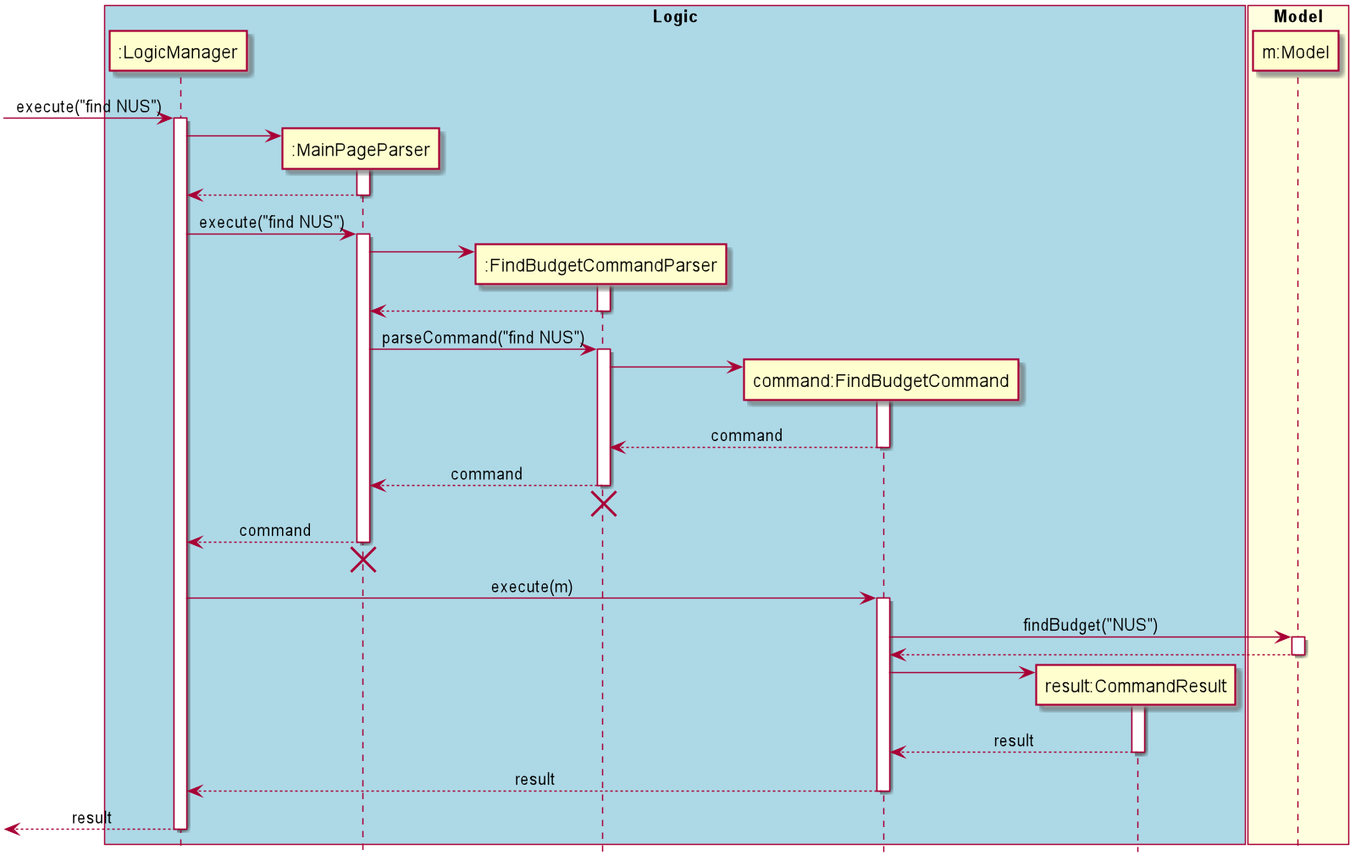
yu-ming-chen/tp keeps this PlantUML diagram as docs/diagrams/commandsPlantUML/diagram/FindBudgetCommand.png. Above is the earlier version.
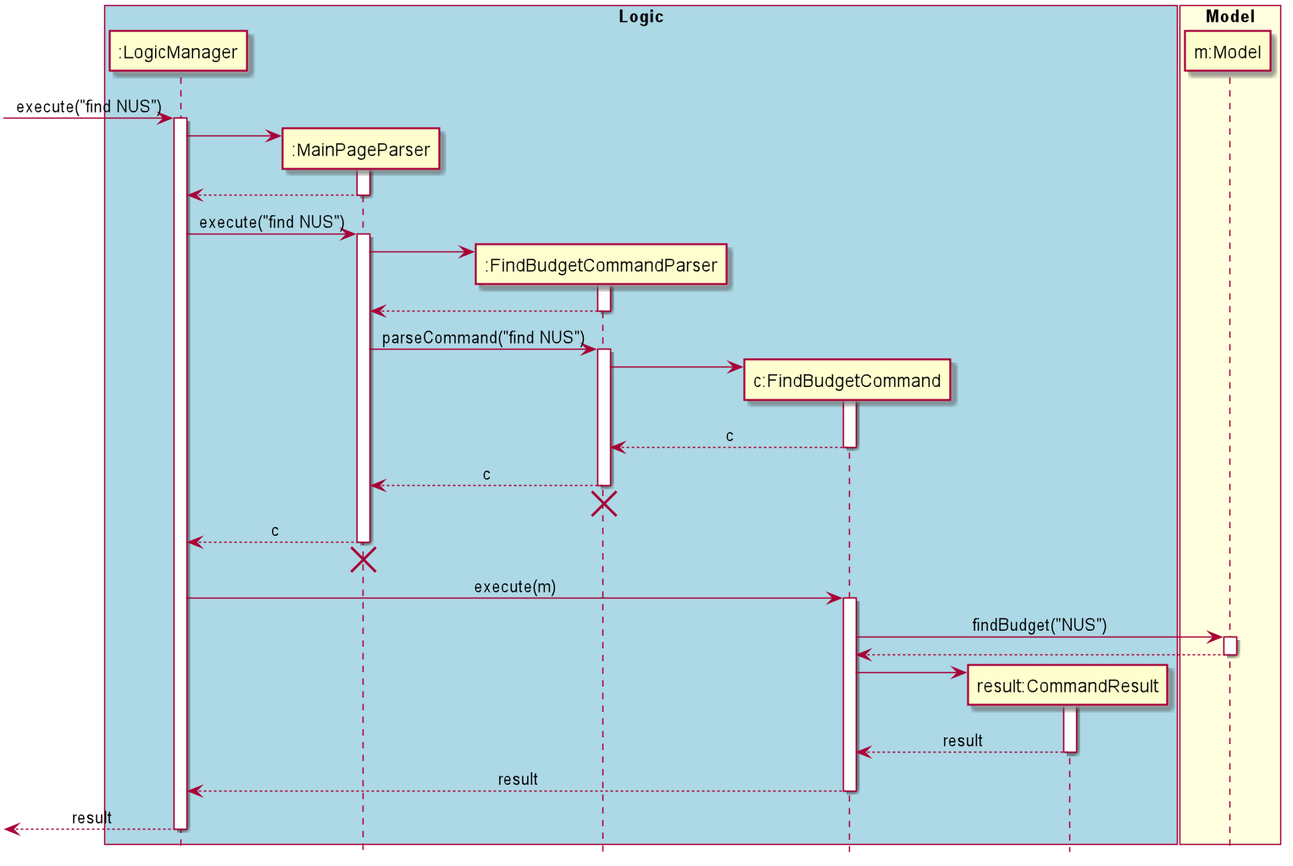
Later version of the same file.

The edit, as a diff of the source:
```diff
@@ -7,7 +7,7 @@
 participant ":LogicManager" as LM
 participant ":MainPageParser" as MPP
 participant ":FindBudgetCommandParser" as FBCP
-participant "command:FindBudgetCommand" as FBC
+participant "c:FindBudgetCommand" as FBC
 participant "result:CommandResult" as CR
 end box
 
@@ -38,14 +38,14 @@
 create FBC
 FBCP -> FBC
 activate FBC
-FBCP <-- FBC : command
+FBCP <-- FBC : c
 deactivate FBC
-MPP <-- FBCP : command
+MPP <-- FBCP : c
 deactivate FBCP
 FBCP -[hidden]-> MPP
 destroy FBCP
 
-LM <-- MPP : command
+LM <-- MPP : c
 deactivate MPP
 LM <-[hidden]- MPP
 destroy MPP
```
